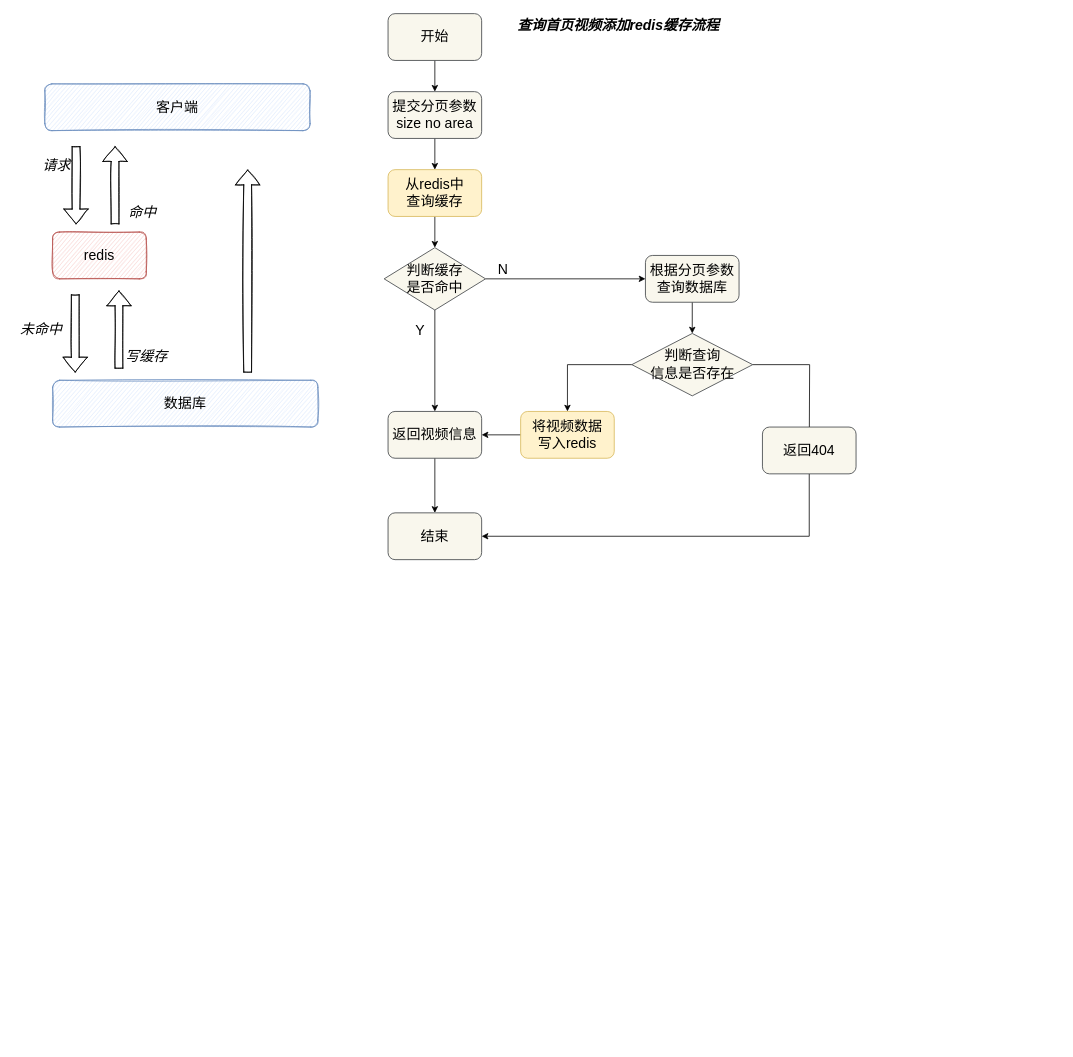
This is bilibili-redis.drawio from Bukayoooo/Draws, a draw.io file, before an edit. Source tidied: cells renumbered, new cells numbered last; positions are measured from the earlier drawing's top-left corner, leaving out a move shared by most shapes. Both pictures are drawn from the tidied source at 78%, with x=0, y=0 at pixel (13, 13).
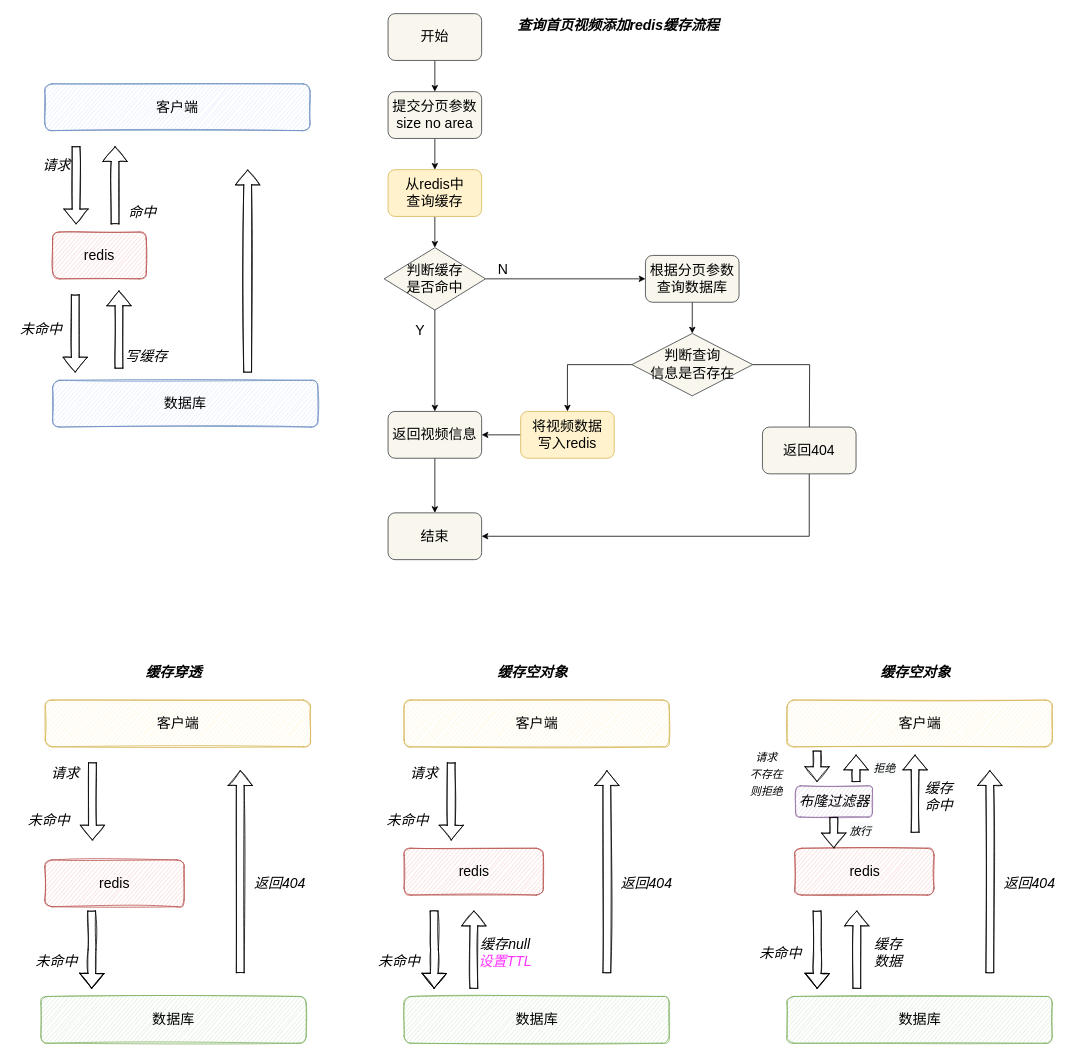
After the change.

The edit, as a diff of the source:
```diff
@@
+    <mxCell id="38" value="客户端" style="rounded=1;whiteSpace=wrap;html=1;fontSize=18;sketch=1;fillColor=#fff2cc;strokeColor=#d6b656;" parent="1" vertex="1">
+      <mxGeometry x="40.5" y="880" width="340" height="60" as="geometry" />
+    </mxCell>
+    <mxCell id="39" value="数据库" style="rounded=1;whiteSpace=wrap;html=1;fontSize=18;sketch=1;fillColor=#d5e8d4;strokeColor=#82b366;" parent="1" vertex="1">
+      <mxGeometry x="35" y="1260" width="340" height="60" as="geometry" />
+    </mxCell>
+    <mxCell id="40" style="shape=flexArrow;endArrow=classic;html=1;rounded=0;fontSize=18;sketch=1;" parent="1" edge="1">
+      <mxGeometry relative="1" as="geometry">
+        <mxPoint x="101" y="960" as="sourcePoint" />
+        <mxPoint x="101" y="1060" as="targetPoint" />
+      </mxGeometry>
+    </mxCell>
+    <mxCell id="41" style="shape=flexArrow;endArrow=classic;html=1;rounded=0;fontSize=18;sketch=1;" parent="1" edge="1">
+      <mxGeometry relative="1" as="geometry">
+        <mxPoint x="100" y="1150" as="sourcePoint" />
+        <mxPoint x="100" y="1250" as="targetPoint" />
+        <Array as="points">
+          <mxPoint x="100.5" y="1200" />
+        </Array>
+      </mxGeometry>
+    </mxCell>
+    <mxCell id="42" style="shape=flexArrow;endArrow=classic;html=1;rounded=0;fontSize=18;sketch=1;" parent="1" edge="1">
+      <mxGeometry relative="1" as="geometry">
+        <mxPoint x="290.5" y="1230" as="sourcePoint" />
+        <mxPoint x="290.5" y="970" as="targetPoint" />
+      </mxGeometry>
+    </mxCell>
+    <mxCell id="43" value="&lt;i&gt;请求&lt;/i&gt;" style="text;html=1;align=center;verticalAlign=middle;strokeColor=none;fillColor=none;fontSize=18;sketch=0;" parent="1" vertex="1">
+      <mxGeometry x="40.5" y="960" width="50" height="30" as="geometry" />
+    </mxCell>
+    <mxCell id="44" value="&lt;i&gt;未命中&lt;/i&gt;" style="text;html=1;align=center;verticalAlign=middle;strokeColor=none;fillColor=none;fontSize=18;sketch=0;" parent="1" vertex="1">
+      <mxGeometry x="20" y="1200" width="70" height="30" as="geometry" />
+    </mxCell>
+    <mxCell id="45" value="&lt;i&gt;未命中&lt;/i&gt;" style="text;html=1;align=center;verticalAlign=middle;strokeColor=none;fillColor=none;fontSize=18;sketch=0;" parent="1" vertex="1">
+      <mxGeometry x="10" y="1020" width="70" height="30" as="geometry" />
+    </mxCell>
+    <mxCell id="46" value="&lt;i&gt;返回404&lt;/i&gt;" style="text;html=1;align=center;verticalAlign=middle;strokeColor=none;fillColor=none;fontSize=18;sketch=0;" parent="1" vertex="1">
+      <mxGeometry x="300.5" y="1100" width="80" height="30" as="geometry" />
+    </mxCell>
+    <mxCell id="47" value="客户端" style="rounded=1;whiteSpace=wrap;html=1;fontSize=18;sketch=1;fillColor=#fff2cc;strokeColor=#d6b656;" parent="1" vertex="1">
+      <mxGeometry x="500.5" y="880" width="340" height="60" as="geometry" />
+    </mxCell>
+    <mxCell id="48" value="数据库" style="rounded=1;whiteSpace=wrap;html=1;fontSize=18;sketch=1;fillColor=#d5e8d4;strokeColor=#82b366;" parent="1" vertex="1">
+      <mxGeometry x="500.5" y="1260" width="340" height="60" as="geometry" />
+    </mxCell>
+    <mxCell id="49" style="shape=flexArrow;endArrow=classic;html=1;rounded=0;fontSize=18;sketch=1;" parent="1" edge="1">
+      <mxGeometry relative="1" as="geometry">
+        <mxPoint x="561" y="960" as="sourcePoint" />
+        <mxPoint x="561" y="1060" as="targetPoint" />
+      </mxGeometry>
+    </mxCell>
+    <mxCell id="50" style="shape=flexArrow;endArrow=classic;html=1;rounded=0;fontSize=18;sketch=1;" parent="1" edge="1">
+      <mxGeometry relative="1" as="geometry">
+        <mxPoint x="539" y="1150" as="sourcePoint" />
+        <mxPoint x="539" y="1250" as="targetPoint" />
+        <Array as="points">
+          <mxPoint x="539.5" y="1200" />
+        </Array>
+      </mxGeometry>
+    </mxCell>
+    <mxCell id="51" style="shape=flexArrow;endArrow=classic;html=1;rounded=0;fontSize=18;sketch=1;" parent="1" edge="1">
+      <mxGeometry relative="1" as="geometry">
+        <mxPoint x="760.5" y="1230" as="sourcePoint" />
+        <mxPoint x="760.5" y="970" as="targetPoint" />
+      </mxGeometry>
+    </mxCell>
+    <mxCell id="52" value="&lt;i&gt;请求&lt;/i&gt;" style="text;html=1;align=center;verticalAlign=middle;strokeColor=none;fillColor=none;fontSize=18;sketch=0;" parent="1" vertex="1">
+      <mxGeometry x="500.5" y="960" width="50" height="30" as="geometry" />
+    </mxCell>
+    <mxCell id="53" value="&lt;i&gt;未命中&lt;/i&gt;" style="text;html=1;align=center;verticalAlign=middle;strokeColor=none;fillColor=none;fontSize=18;sketch=0;" parent="1" vertex="1">
+      <mxGeometry x="459" y="1200" width="70" height="30" as="geometry" />
+    </mxCell>
+    <mxCell id="54" value="&lt;i&gt;未命中&lt;/i&gt;" style="text;html=1;align=center;verticalAlign=middle;strokeColor=none;fillColor=none;fontSize=18;sketch=0;" parent="1" vertex="1">
+      <mxGeometry x="470" y="1020" width="70" height="30" as="geometry" />
+    </mxCell>
+    <mxCell id="55" value="&lt;i&gt;返回404&lt;/i&gt;" style="text;html=1;align=center;verticalAlign=middle;strokeColor=none;fillColor=none;fontSize=18;sketch=0;" parent="1" vertex="1">
+      <mxGeometry x="770.5" y="1100" width="80" height="30" as="geometry" />
+    </mxCell>
+    <mxCell id="56" value="&lt;i&gt;&lt;b&gt;缓存穿透&lt;/b&gt;&lt;/i&gt;" style="text;html=1;align=center;verticalAlign=middle;strokeColor=none;fillColor=none;fontSize=18;sketch=0;" parent="1" vertex="1">
+      <mxGeometry x="160" y="830" width="90" height="30" as="geometry" />
+    </mxCell>
+    <mxCell id="57" value="&lt;i&gt;&lt;b&gt;缓存空对象&lt;/b&gt;&lt;/i&gt;" style="text;html=1;align=center;verticalAlign=middle;strokeColor=none;fillColor=none;fontSize=18;sketch=0;" parent="1" vertex="1">
+      <mxGeometry x="610" y="830" width="110" height="30" as="geometry" />
+    </mxCell>
+    <mxCell id="58" style="shape=flexArrow;endArrow=classic;html=1;rounded=0;fontSize=18;sketch=1;" parent="1" edge="1">
+      <mxGeometry relative="1" as="geometry">
+        <mxPoint x="590" y="1250" as="sourcePoint" />
+        <mxPoint x="590" y="1150" as="targetPoint" />
+      </mxGeometry>
+    </mxCell>
+    <mxCell id="59" value="&lt;i&gt;缓存null&lt;br&gt;&lt;font color=&quot;#ff33ff&quot;&gt;设置TTL&lt;/font&gt;&lt;br&gt;&lt;/i&gt;" style="text;html=1;align=center;verticalAlign=middle;strokeColor=none;fillColor=none;fontSize=18;sketch=0;" parent="1" vertex="1">
+      <mxGeometry x="590" y="1180" width="80" height="50" as="geometry" />
+    </mxCell>
+    <mxCell id="60" value="客户端" style="rounded=1;whiteSpace=wrap;html=1;fontSize=18;sketch=1;fillColor=#fff2cc;strokeColor=#d6b656;" parent="1" vertex="1">
+      <mxGeometry x="991.5" y="880" width="340" height="60" as="geometry" />
+    </mxCell>
+    <mxCell id="61" value="数据库" style="rounded=1;whiteSpace=wrap;html=1;fontSize=18;sketch=1;fillColor=#d5e8d4;strokeColor=#82b366;" parent="1" vertex="1">
+      <mxGeometry x="991.5" y="1260" width="340" height="60" as="geometry" />
+    </mxCell>
+    <mxCell id="62" value="redis" style="rounded=1;whiteSpace=wrap;html=1;sketch=1;fontSize=18;fillColor=#f8cecc;strokeColor=#b85450;" parent="1" vertex="1">
+      <mxGeometry x="1001.5" y="1070" width="178.5" height="60" as="geometry" />
+    </mxCell>
+    <mxCell id="63" style="shape=flexArrow;endArrow=classic;html=1;rounded=0;fontSize=18;sketch=1;" parent="1" edge="1">
+      <mxGeometry relative="1" as="geometry">
+        <mxPoint x="1030" y="945" as="sourcePoint" />
+        <mxPoint x="1030" y="985" as="targetPoint" />
+      </mxGeometry>
+    </mxCell>
+    <mxCell id="64" style="shape=flexArrow;endArrow=classic;html=1;rounded=0;fontSize=18;sketch=1;" parent="1" edge="1">
+      <mxGeometry relative="1" as="geometry">
+        <mxPoint x="1030" y="1150" as="sourcePoint" />
+        <mxPoint x="1030" y="1250" as="targetPoint" />
+        <Array as="points">
+          <mxPoint x="1030.5" y="1200" />
+        </Array>
+      </mxGeometry>
+    </mxCell>
+    <mxCell id="65" style="shape=flexArrow;endArrow=classic;html=1;rounded=0;fontSize=18;sketch=1;" parent="1" edge="1">
+      <mxGeometry relative="1" as="geometry">
+        <mxPoint x="1251.5" y="1230" as="sourcePoint" />
+        <mxPoint x="1251.5" y="970" as="targetPoint" />
+      </mxGeometry>
+    </mxCell>
+    <mxCell id="66" value="&lt;i&gt;&lt;font style=&quot;font-size: 14px;&quot;&gt;请求&lt;br&gt;不存在&lt;br&gt;则拒绝&lt;/font&gt;&lt;br&gt;&lt;/i&gt;" style="text;html=1;align=center;verticalAlign=middle;strokeColor=none;fillColor=none;fontSize=18;sketch=0;" parent="1" vertex="1">
+      <mxGeometry x="935" y="940" width="60" height="70" as="geometry" />
+    </mxCell>
+    <mxCell id="67" value="&lt;i&gt;未命中&lt;/i&gt;" style="text;html=1;align=center;verticalAlign=middle;strokeColor=none;fillColor=none;fontSize=18;sketch=0;" parent="1" vertex="1">
+      <mxGeometry x="947.5" y="1190" width="70" height="30" as="geometry" />
+    </mxCell>
+    <mxCell id="68" value="&lt;i&gt;返回404&lt;/i&gt;" style="text;html=1;align=center;verticalAlign=middle;strokeColor=none;fillColor=none;fontSize=18;sketch=0;" parent="1" vertex="1">
+      <mxGeometry x="1261.5" y="1100" width="80" height="30" as="geometry" />
+    </mxCell>
+    <mxCell id="69" value="&lt;i&gt;&lt;b&gt;缓存空对象&lt;/b&gt;&lt;/i&gt;" style="text;html=1;align=center;verticalAlign=middle;strokeColor=none;fillColor=none;fontSize=18;sketch=0;" parent="1" vertex="1">
+      <mxGeometry x="1101" y="830" width="110" height="30" as="geometry" />
+    </mxCell>
+    <mxCell id="70" style="shape=flexArrow;endArrow=classic;html=1;rounded=0;fontSize=18;sketch=1;" parent="1" edge="1">
+      <mxGeometry relative="1" as="geometry">
+        <mxPoint x="1081" y="1250" as="sourcePoint" />
+        <mxPoint x="1081" y="1150" as="targetPoint" />
+      </mxGeometry>
+    </mxCell>
+    <mxCell id="71" value="&lt;i&gt;缓存&lt;br&gt;数据&lt;br&gt;&lt;/i&gt;" style="text;html=1;align=center;verticalAlign=middle;strokeColor=none;fillColor=none;fontSize=18;sketch=0;" parent="1" vertex="1">
+      <mxGeometry x="1096" y="1180" width="50" height="50" as="geometry" />
+    </mxCell>
+    <mxCell id="72" value="&lt;i&gt;布隆过滤器&lt;/i&gt;" style="rounded=1;whiteSpace=wrap;html=1;sketch=1;fontSize=18;fillColor=#e1d5e7;strokeColor=#9673a6;" parent="1" vertex="1">
+      <mxGeometry x="1002.5" y="990" width="98.5" height="40" as="geometry" />
+    </mxCell>
+    <mxCell id="73" style="shape=flexArrow;endArrow=classic;html=1;rounded=0;fontSize=18;sketch=1;" parent="1" edge="1">
+      <mxGeometry relative="1" as="geometry">
+        <mxPoint x="1080" y="985" as="sourcePoint" />
+        <mxPoint x="1080" y="950" as="targetPoint" />
+      </mxGeometry>
+    </mxCell>
+    <mxCell id="74" value="&lt;i style=&quot;color: rgb(0, 0, 0); font-family: Helvetica; font-size: 18px; font-variant-ligatures: normal; font-variant-caps: normal; font-weight: 400; letter-spacing: normal; orphans: 2; text-align: center; text-indent: 0px; text-transform: none; widows: 2; word-spacing: 0px; -webkit-text-stroke-width: 0px; background-color: rgb(248, 249, 250); text-decoration-thickness: initial; text-decoration-style: initial; text-decoration-color: initial;&quot;&gt;&lt;font style=&quot;font-size: 14px;&quot;&gt;拒绝&lt;/font&gt;&lt;/i&gt;" style="text;whiteSpace=wrap;html=1;fontSize=14;fontColor=#FF33FF;" parent="1" vertex="1">
+      <mxGeometry x="1101" y="950" width="40" height="30" as="geometry" />
+    </mxCell>
+    <mxCell id="75" style="shape=flexArrow;endArrow=classic;html=1;rounded=0;fontSize=18;sketch=1;" parent="1" edge="1">
+      <mxGeometry relative="1" as="geometry">
+        <mxPoint x="1051.5" y="1030" as="sourcePoint" />
+        <mxPoint x="1051.5" y="1070" as="targetPoint" />
+      </mxGeometry>
+    </mxCell>
+    <mxCell id="76" value="&lt;i style=&quot;color: rgb(0, 0, 0); font-family: Helvetica; font-size: 18px; font-variant-ligatures: normal; font-variant-caps: normal; font-weight: 400; letter-spacing: normal; orphans: 2; text-align: center; text-indent: 0px; text-transform: none; widows: 2; word-spacing: 0px; -webkit-text-stroke-width: 0px; background-color: rgb(248, 249, 250); text-decoration-thickness: initial; text-decoration-style: initial; text-decoration-color: initial;&quot;&gt;&lt;font style=&quot;font-size: 14px;&quot;&gt;放行&lt;/font&gt;&lt;/i&gt;" style="text;whiteSpace=wrap;html=1;fontSize=14;fontColor=#FF33FF;" parent="1" vertex="1">
+      <mxGeometry x="1070" y="1030" width="40" height="30" as="geometry" />
+    </mxCell>
+    <mxCell id="77" style="shape=flexArrow;endArrow=classic;html=1;rounded=0;fontSize=18;sketch=1;" parent="1" edge="1">
+      <mxGeometry relative="1" as="geometry">
+        <mxPoint x="1155.7" y="1050" as="sourcePoint" />
+        <mxPoint x="1155.7" y="950" as="targetPoint" />
+      </mxGeometry>
+    </mxCell>
+    <mxCell id="78" value="&lt;i&gt;缓存&lt;br&gt;命中&lt;br&gt;&lt;/i&gt;" style="text;html=1;align=center;verticalAlign=middle;strokeColor=none;fillColor=none;fontSize=18;sketch=0;" parent="1" vertex="1">
+      <mxGeometry x="1161" y="980" width="50" height="50" as="geometry" />
+    </mxCell>
+    <mxCell id="79" value="redis" style="rounded=1;whiteSpace=wrap;html=1;sketch=1;fontSize=18;fillColor=#f8cecc;strokeColor=#b85450;" parent="1" vertex="1">
+      <mxGeometry x="500.5" y="1070" width="178.5" height="60" as="geometry" />
+    </mxCell>
+    <mxCell id="80" value="redis" style="rounded=1;whiteSpace=wrap;html=1;sketch=1;fontSize=18;fillColor=#f8cecc;strokeColor=#b85450;" parent="1" vertex="1">
+      <mxGeometry x="40" y="1085" width="178.5" height="60" as="geometry" />
+    </mxCell>
```
